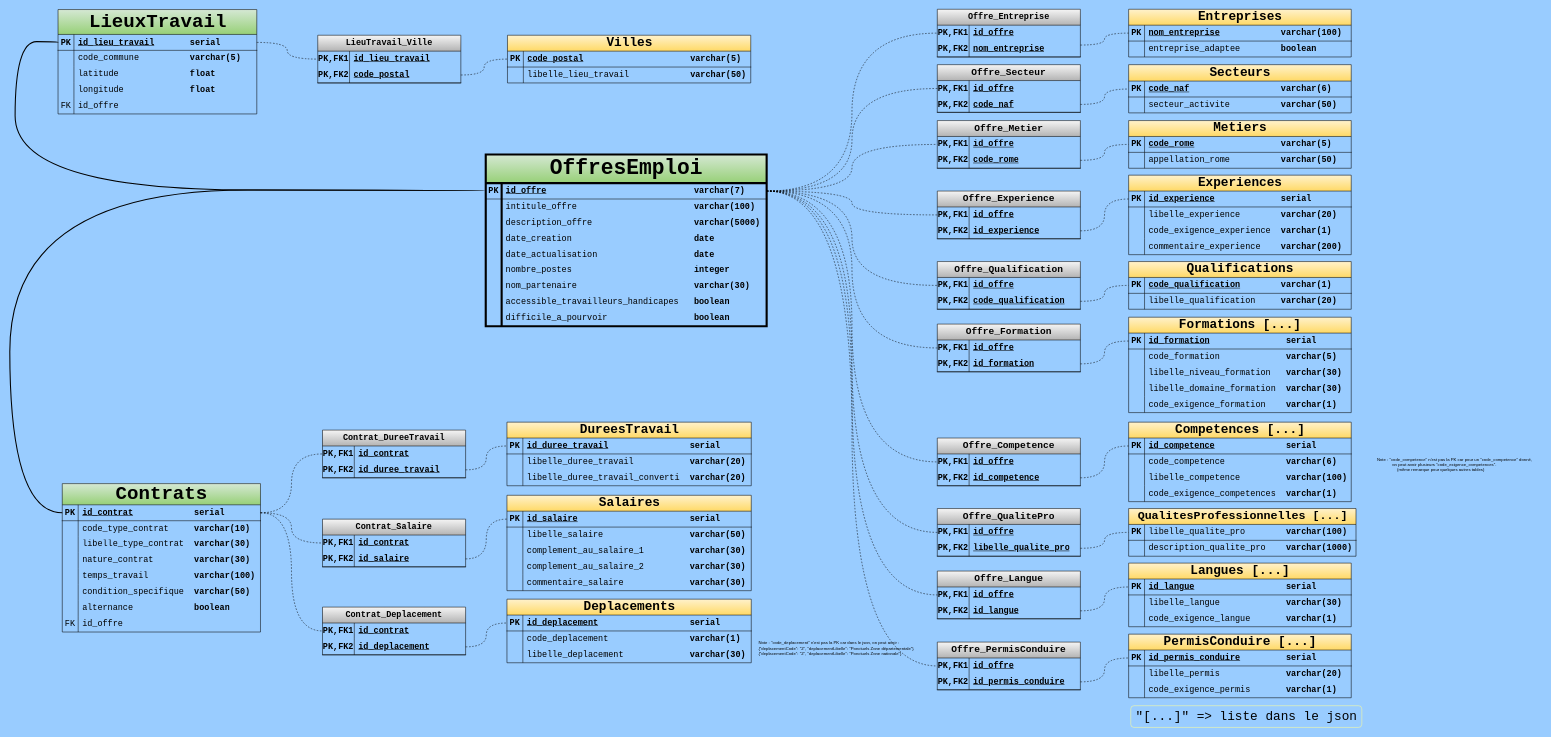
This is load_sql/France_Travail/UML_francetravail_v2_plus_tables_de_transition.drawio from vimchun/Job-Market-in-France, a draw.io file, before an edit. Source tidied: cells renumbered, new cells numbered last; positions are measured from the earlier drawing's top-left corner, leaving out a move shared by most shapes. Both pictures are drawn from the tidied source at 53%, with x=0, y=0 at pixel (10, 9).
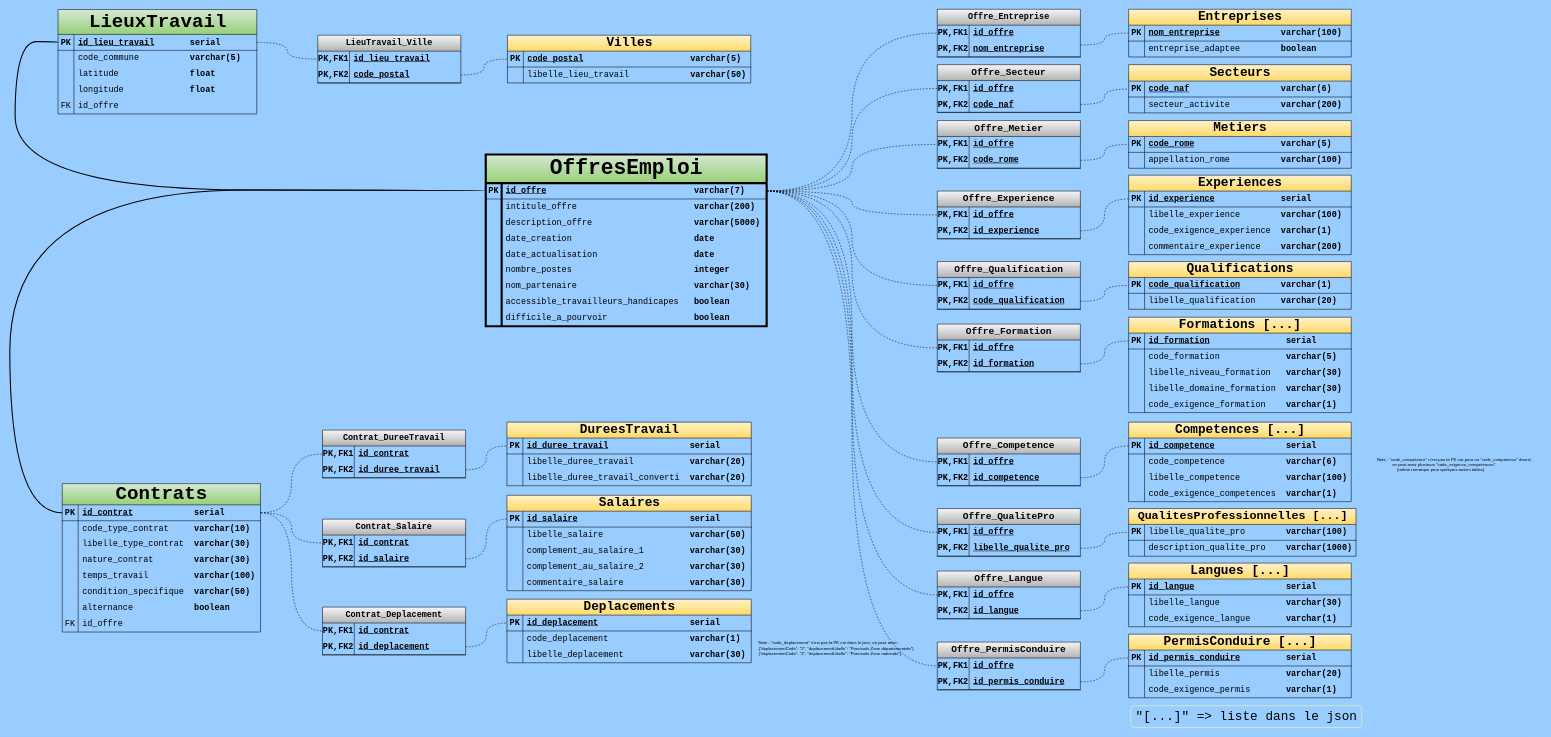
The same page after the edit.

Commit message (it also covers changes not shown here):
suite (3) de la mise à jour du script python pour insert into tables avec une nouvelle fonction + modifs au niveau des varchar()

The change refers to these unchanged cells:
```xml
<mxCell id="6" style="shape=tableRow;horizontal=0;startSize=0;swimlaneHead=0;swimlaneBody=0;fillColor=none;top=0;left=0;right=0;bottom=0;rounded=0;fontFamily=Courier New;fontSize=16;perimeterSpacing=0;shadow=0;swimlaneFillColor=none;strokeColor=#000000;" parent="2" vertex="1">
  <mxGeometry y="84" width="530" height="30" as="geometry" />
</mxCell>
<mxCell id="41" style="shape=tableRow;horizontal=0;startSize=0;swimlaneHead=0;swimlaneBody=0;fillColor=none;top=0;left=0;right=0;bottom=0;rounded=0;fontFamily=Courier New;fontSize=16;strokeColor=#000000;" parent="37" vertex="1">
  <mxGeometry y="60" width="420" height="30" as="geometry" />
</mxCell>
<mxCell id="73" style="shape=tableRow;horizontal=0;startSize=0;swimlaneHead=0;swimlaneBody=0;fillColor=none;top=0;left=0;right=0;bottom=0;rounded=0;fontFamily=Courier New;fontSize=16;strokeColor=#000000;" parent="69" vertex="1">
  <mxGeometry y="61" width="420" height="30" as="geometry" />
</mxCell>
<mxCell id="216" style="shape=tableRow;horizontal=0;startSize=0;swimlaneHead=0;swimlaneBody=0;fillColor=none;top=0;left=0;right=0;bottom=0;rounded=0;fontFamily=Courier New;fontSize=16;strokeColor=#000000;" parent="212" vertex="1">
  <mxGeometry y="60" width="420" height="30" as="geometry" />
</mxCell>
```

What changed in the source:
```diff
@@
-    <mxCell id="8" value="intitule_offre&amp;nbsp; &lt;span style=&quot;font-weight: 700;&quot;&gt;&amp;nbsp; &amp;nbsp; &amp;nbsp; &amp;nbsp; &amp;nbsp; &amp;nbsp; &amp;nbsp; &amp;nbsp; &amp;nbsp; &amp;nbsp; &amp;nbsp;varchar(100)&lt;/span&gt;" style="shape=partialRectangle;fillColor=none;top=0;left=0;bottom=0;right=0;align=left;spacingLeft=6;overflow=hidden;whiteSpace=wrap;html=1;rounded=0;fontFamily=Courier New;fontSize=16;perimeterSpacing=0;shadow=0;swimlaneFillColor=none;strokeColor=#000000;" parent="6" vertex="1">
+    <mxCell id="8" value="intitule_offre&amp;nbsp; &lt;span style=&quot;font-weight: 700;&quot;&gt;&amp;nbsp; &amp;nbsp; &amp;nbsp; &amp;nbsp; &amp;nbsp; &amp;nbsp; &amp;nbsp; &amp;nbsp; &amp;nbsp; &amp;nbsp; &amp;nbsp;varchar(200)&lt;/span&gt;" style="shape=partialRectangle;fillColor=none;top=0;left=0;bottom=0;right=0;align=left;spacingLeft=6;overflow=hidden;whiteSpace=wrap;html=1;rounded=0;fontFamily=Courier New;fontSize=16;perimeterSpacing=0;shadow=0;swimlaneFillColor=none;strokeColor=#000000;" parent="6" vertex="1">
       <mxGeometry x="30" width="500" height="30" as="geometry" />
     </mxCell>
@@
-    <mxCell id="43" value="appellation_rome&amp;nbsp; &amp;nbsp; &amp;nbsp; &amp;nbsp; &amp;nbsp;&amp;nbsp;&lt;b&gt;varchar(50)&lt;/b&gt;" style="shape=partialRectangle;fillColor=none;top=0;left=0;bottom=0;right=0;align=left;spacingLeft=6;overflow=hidden;whiteSpace=wrap;html=1;rounded=0;fontFamily=Courier New;fontSize=16;strokeColor=#000000;" parent="41" vertex="1">
+    <mxCell id="43" value="appellation_rome&amp;nbsp; &amp;nbsp; &amp;nbsp; &amp;nbsp; &amp;nbsp;&amp;nbsp;&lt;b&gt;varchar(100)&lt;/b&gt;" style="shape=partialRectangle;fillColor=none;top=0;left=0;bottom=0;right=0;align=left;spacingLeft=6;overflow=hidden;whiteSpace=wrap;html=1;rounded=0;fontFamily=Courier New;fontSize=16;strokeColor=#000000;" parent="41" vertex="1">
       <mxGeometry x="30" width="390" height="30" as="geometry" />
     </mxCell>
@@
-    <mxCell id="75" value="secteur_activite&amp;nbsp; &amp;nbsp; &amp;nbsp; &amp;nbsp; &amp;nbsp;&amp;nbsp;&lt;span style=&quot;font-weight: 700;&quot;&gt;varchar(50)&lt;/span&gt;" style="shape=partialRectangle;fillColor=none;top=0;left=0;bottom=0;right=0;align=left;spacingLeft=6;overflow=hidden;whiteSpace=wrap;html=1;rounded=0;fontFamily=Courier New;fontSize=16;strokeColor=#000000;" parent="73" vertex="1">
+    <mxCell id="75" value="secteur_activite&amp;nbsp; &amp;nbsp; &amp;nbsp; &amp;nbsp; &amp;nbsp;&amp;nbsp;&lt;span style=&quot;font-weight: 700;&quot;&gt;varchar(200)&lt;/span&gt;" style="shape=partialRectangle;fillColor=none;top=0;left=0;bottom=0;right=0;align=left;spacingLeft=6;overflow=hidden;whiteSpace=wrap;html=1;rounded=0;fontFamily=Courier New;fontSize=16;strokeColor=#000000;" parent="73" vertex="1">
       <mxGeometry x="30" width="390" height="30" as="geometry" />
     </mxCell>
@@
-    <mxCell id="218" value="libelle_experience&amp;nbsp; &amp;nbsp; &amp;nbsp; &amp;nbsp;&amp;nbsp;&lt;b&gt;varchar(20)&lt;/b&gt;" style="shape=partialRectangle;fillColor=none;top=0;left=0;bottom=0;right=0;align=left;spacingLeft=6;overflow=hidden;whiteSpace=wrap;html=1;rounded=0;fontFamily=Courier New;fontSize=16;strokeColor=#000000;" parent="216" vertex="1">
+    <mxCell id="218" value="libelle_experience&amp;nbsp; &amp;nbsp; &amp;nbsp; &amp;nbsp;&amp;nbsp;&lt;b&gt;varchar(10&lt;/b&gt;&lt;b style=&quot;background-color: transparent; color: light-dark(rgb(0, 0, 0), rgb(255, 255, 255));&quot;&gt;0)&lt;/b&gt;" style="shape=partialRectangle;fillColor=none;top=0;left=0;bottom=0;right=0;align=left;spacingLeft=6;overflow=hidden;whiteSpace=wrap;html=1;rounded=0;fontFamily=Courier New;fontSize=16;strokeColor=#000000;" parent="216" vertex="1">
       <mxGeometry x="30" width="390" height="30" as="geometry" />
     </mxCell>
```
